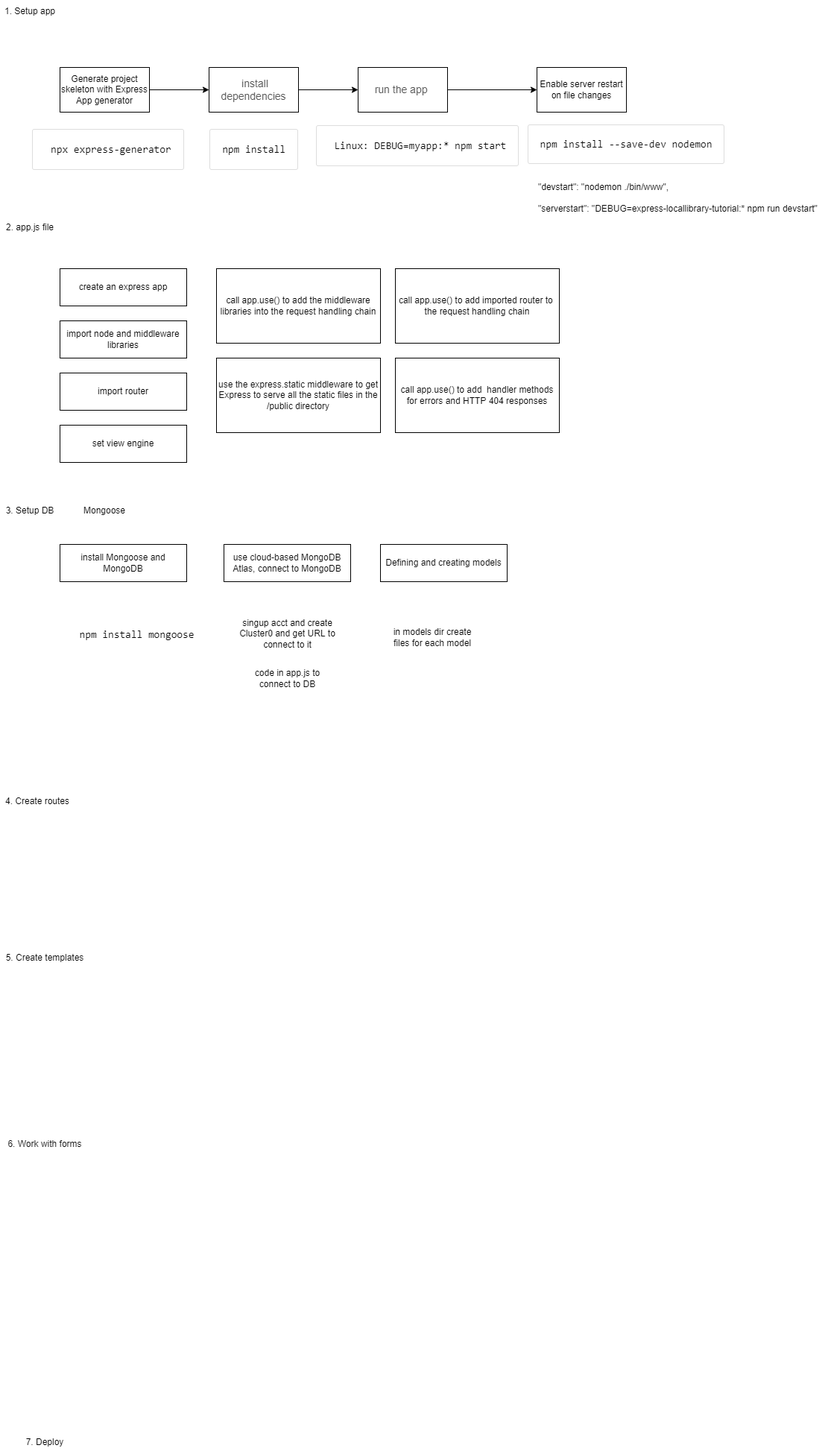
Earlier version of the draw.io export Setup.png (f2xiao/express_library). Source tidied: cells renumbered, new cells last; positions are measured from the earlier drawing's top-left corner, leaving out a move shared by most shapes.
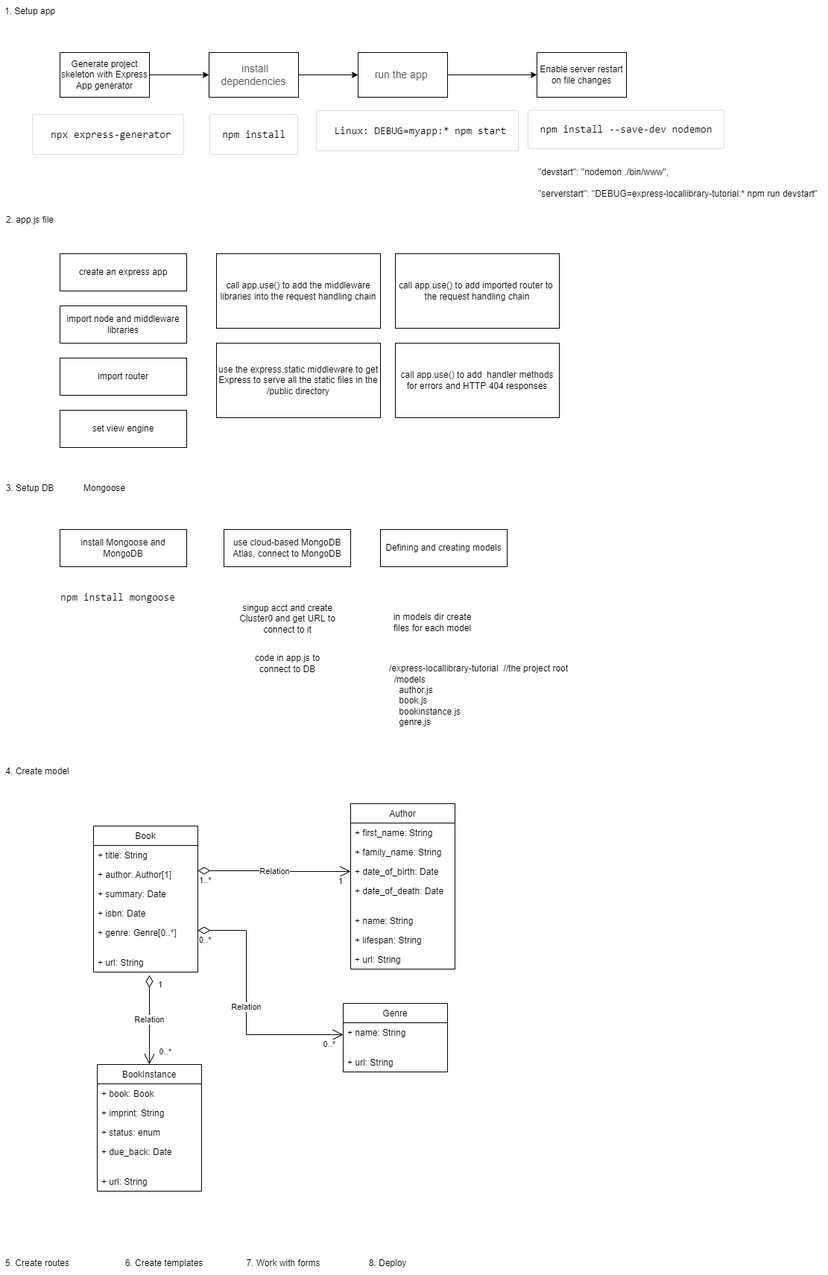
After the commit.

Diff of the diagram source:
```diff
@@ -30,7 +30,7 @@
       <mxGeometry x="440" y="180" width="240" height="30" as="geometry" />
     </mxCell>
     <mxCell id="11" value="1. Setup app" style="text;html=1;strokeColor=none;fillColor=none;align=center;verticalAlign=middle;whiteSpace=wrap;rounded=0;" parent="1" vertex="1">
-      <mxGeometry width="80" height="30" as="geometry" />
+      <mxGeometry y="20" width="80" height="30" as="geometry" />
     </mxCell>
     <mxCell id="12" value="Enable server restart on file changes" style="whiteSpace=wrap;html=1;rounded=0;" parent="1" vertex="1">
       <mxGeometry x="720" y="90" width="120" height="60" as="geometry" />
@@ -39,7 +39,7 @@
       <mxGeometry x="720" y="185" width="240" height="30" as="geometry" />
     </mxCell>
     <mxCell id="14" value="2. app.js file" style="text;html=1;strokeColor=none;fillColor=none;align=center;verticalAlign=middle;whiteSpace=wrap;rounded=0;" parent="1" vertex="1">
-      <mxGeometry y="290" width="80" height="30" as="geometry" />
+      <mxGeometry y="300" width="80" height="30" as="geometry" />
     </mxCell>
     <mxCell id="15" value="create an express app" style="rounded=0;whiteSpace=wrap;html=1;" parent="1" vertex="1">
       <mxGeometry x="80" y="360" width="170" height="50" as="geometry" />
@@ -63,19 +63,19 @@
       <mxGeometry x="530" y="360" width="220" height="100" as="geometry" />
     </mxCell>
     <mxCell id="22" value="3. Setup DB" style="text;html=1;strokeColor=none;fillColor=none;align=center;verticalAlign=middle;whiteSpace=wrap;rounded=0;" parent="1" vertex="1">
-      <mxGeometry y="670" width="80" height="30" as="geometry" />
+      <mxGeometry y="660" width="80" height="30" as="geometry" />
     </mxCell>
-    <mxCell id="23" value="4. Create routes" style="text;html=1;strokeColor=none;fillColor=none;align=center;verticalAlign=middle;whiteSpace=wrap;rounded=0;" parent="1" vertex="1">
-      <mxGeometry y="1060" width="100" height="30" as="geometry" />
+    <mxCell id="23" value="5. Create routes" style="text;html=1;strokeColor=none;fillColor=none;align=center;verticalAlign=middle;whiteSpace=wrap;rounded=0;" parent="1" vertex="1">
+      <mxGeometry y="1700" width="100" height="30" as="geometry" />
     </mxCell>
-    <mxCell id="24" value="5. Create templates" style="text;html=1;strokeColor=none;fillColor=none;align=center;verticalAlign=middle;whiteSpace=wrap;rounded=0;" parent="1" vertex="1">
-      <mxGeometry y="1270" width="120" height="30" as="geometry" />
+    <mxCell id="24" value="6. Create templates" style="text;html=1;strokeColor=none;fillColor=none;align=center;verticalAlign=middle;whiteSpace=wrap;rounded=0;" parent="1" vertex="1">
+      <mxGeometry x="160" y="1700" width="120" height="30" as="geometry" />
     </mxCell>
-    <mxCell id="25" value="6. Work with forms" style="text;html=1;strokeColor=none;fillColor=none;align=center;verticalAlign=middle;whiteSpace=wrap;rounded=0;" parent="1" vertex="1">
-      <mxGeometry y="1520" width="120" height="30" as="geometry" />
+    <mxCell id="25" value="7. Work with forms" style="text;html=1;strokeColor=none;fillColor=none;align=center;verticalAlign=middle;whiteSpace=wrap;rounded=0;" parent="1" vertex="1">
+      <mxGeometry x="320" y="1700" width="120" height="30" as="geometry" />
     </mxCell>
-    <mxCell id="26" value="7. Deploy" style="text;html=1;strokeColor=none;fillColor=none;align=center;verticalAlign=middle;whiteSpace=wrap;rounded=0;" parent="1" vertex="1">
-      <mxGeometry y="1920" width="120" height="30" as="geometry" />
+    <mxCell id="26" value="8. Deploy" style="text;html=1;strokeColor=none;fillColor=none;align=center;verticalAlign=middle;whiteSpace=wrap;rounded=0;" parent="1" vertex="1">
+      <mxGeometry x="480" y="1700" width="80" height="30" as="geometry" />
     </mxCell>
     <mxCell id="27" value=" &quot;devstart&quot;: &quot;nodemon ./bin/www&quot;,&lt;br/&gt;&lt;br&gt;    &quot;serverstart&quot;: &quot;DEBUG=express-locallibrary-tutorial:* npm run devstart&quot;" style="text;html=1;align=left;verticalAlign=middle;strokeColor=none;fillColor=none;fontSize=12;fontFamily=Helvetica;fontColor=default;" parent="1" vertex="1">
       <mxGeometry x="720" y="240" width="390" height="50" as="geometry" />
@@ -84,14 +84,11 @@
       <mxGeometry x="530" y="480" width="220" height="100" as="geometry" />
     </mxCell>
     <mxCell id="29" value="Mongoose" style="text;html=1;strokeColor=none;fillColor=none;align=center;verticalAlign=middle;whiteSpace=wrap;rounded=0;labelBackgroundColor=#FFFFFF;fontFamily=Helvetica;fontSize=12;fontColor=#000000;" parent="1" vertex="1">
-      <mxGeometry x="110" y="670" width="60" height="30" as="geometry" />
+      <mxGeometry x="110" y="660" width="60" height="30" as="geometry" />
     </mxCell>
     <mxCell id="30" value="install Mongoose and MongoDB" style="rounded=0;whiteSpace=wrap;html=1;" parent="1" vertex="1">
       <mxGeometry x="80" y="730" width="170" height="50" as="geometry" />
     </mxCell>
-    <mxCell id="31" value="&lt;pre class=&quot;brush: bash notranslate&quot; style=&quot;box-sizing: border-box ; overflow-wrap: break-word ; font-size: 14px ; padding: 1rem 2.5rem 1rem 1rem ; margin-top: 1rem ; margin-bottom: 2rem ; border: 1px solid transparent&quot;&gt;&lt;code style=&quot;box-sizing: border-box ; background: none ; padding: 0px&quot;&gt;&lt;span class=&quot;token function&quot; style=&quot;box-sizing: border-box&quot;&gt;npm&lt;/span&gt; &lt;span class=&quot;token function&quot; style=&quot;box-sizing: border-box&quot;&gt;install&lt;/span&gt; mongoose&lt;/code&gt;&lt;/pre&gt;" style="text;html=1;align=center;verticalAlign=middle;strokeColor=none;fillColor=none;fontSize=12;fontFamily=Helvetica;fontColor=#000000;" parent="1" vertex="1">
-      <mxGeometry x="80" y="810" width="230" height="100" as="geometry" />
-    </mxCell>
     <mxCell id="32" value="use cloud-based MongoDB Atlas, connect to MongoDB" style="rounded=0;whiteSpace=wrap;html=1;" parent="1" vertex="1">
       <mxGeometry x="300" y="730" width="170" height="50" as="geometry" />
     </mxCell>
@@ -107,5 +104,147 @@
     <mxCell id="36" value="in models dir create files for each model" style="text;html=1;strokeColor=none;fillColor=none;align=center;verticalAlign=middle;whiteSpace=wrap;rounded=0;labelBackgroundColor=#FFFFFF;fontFamily=Helvetica;fontSize=12;fontColor=#000000;" parent="1" vertex="1">
       <mxGeometry x="520" y="830" width="120" height="50" as="geometry" />
     </mxCell>
+    <mxCell id="37" value="&lt;div&gt;/express-locallibrary-tutorial&amp;nbsp; //the project root&lt;/div&gt;&lt;div&gt;&amp;nbsp; /models&lt;/div&gt;&lt;div&gt;&amp;nbsp; &amp;nbsp; author.js&lt;/div&gt;&lt;div&gt;&amp;nbsp; &amp;nbsp; book.js&lt;/div&gt;&lt;div&gt;&amp;nbsp; &amp;nbsp; bookinstance.js&lt;/div&gt;&lt;div&gt;&amp;nbsp; &amp;nbsp; genre.js&lt;/div&gt;&lt;div&gt;&lt;br&gt;&lt;/div&gt;" style="text;html=1;align=left;verticalAlign=middle;strokeColor=none;fillColor=none;" parent="1" vertex="1">
+      <mxGeometry x="520" y="910" width="260" height="100" as="geometry" />
+    </mxCell>
+    <mxCell id="38" value="4. Create model" style="text;html=1;strokeColor=none;fillColor=none;align=center;verticalAlign=middle;whiteSpace=wrap;rounded=0;" parent="1" vertex="1">
+      <mxGeometry y="1040" width="100" height="30" as="geometry" />
+    </mxCell>
+    <mxCell id="39" value="Book" style="swimlane;fontStyle=0;horizontal=1;startSize=26;fillColor=none;" parent="1" vertex="1">
+      <mxGeometry x="125" y="1128" width="140" height="196" as="geometry" />
+    </mxCell>
+    <mxCell id="40" value="+ title: String" style="text;strokeColor=none;fillColor=none;align=left;verticalAlign=top;spacingLeft=4;spacingRight=4;overflow=hidden;" parent="39" vertex="1">
+      <mxGeometry y="26" width="140" height="26" as="geometry" />
+    </mxCell>
+    <mxCell id="41" value="+ author: Author[1]" style="text;strokeColor=none;fillColor=none;align=left;verticalAlign=top;spacingLeft=4;spacingRight=4;overflow=hidden;" parent="39" vertex="1">
+      <mxGeometry y="52" width="140" height="26" as="geometry" />
+    </mxCell>
+    <mxCell id="42" value="+ summary: Date" style="text;strokeColor=none;fillColor=none;align=left;verticalAlign=top;spacingLeft=4;spacingRight=4;overflow=hidden;" parent="39" vertex="1">
+      <mxGeometry y="78" width="140" height="26" as="geometry" />
+    </mxCell>
+    <mxCell id="43" value="+ isbn: Date" style="text;strokeColor=none;fillColor=none;align=left;verticalAlign=top;spacingLeft=4;spacingRight=4;overflow=hidden;" parent="39" vertex="1">
+      <mxGeometry y="104" width="140" height="26" as="geometry" />
+    </mxCell>
+    <mxCell id="44" value="+ genre: Genre[0..*]" style="text;strokeColor=none;fillColor=none;align=left;verticalAlign=top;spacingLeft=4;spacingRight=4;overflow=hidden;" parent="39" vertex="1">
+      <mxGeometry y="130" width="140" height="26" as="geometry" />
+    </mxCell>
+    <mxCell id="45" style="text;strokeColor=none;fillColor=none;align=left;verticalAlign=middle;spacingTop=-1;spacingLeft=4;spacingRight=4;labelPosition=right;" parent="39" vertex="1">
+      <mxGeometry y="156" width="140" height="14" as="geometry" />
+    </mxCell>
+    <mxCell id="46" value="+ url: String" style="text;strokeColor=none;fillColor=none;align=left;verticalAlign=top;spacingLeft=4;spacingRight=4;overflow=hidden;" parent="39" vertex="1">
+      <mxGeometry y="170" width="140" height="26" as="geometry" />
+    </mxCell>
+    <mxCell id="47" value="Author" style="swimlane;fontStyle=0;horizontal=1;startSize=26;fillColor=none;" parent="1" vertex="1">
+      <mxGeometry x="470" y="1098" width="140" height="222" as="geometry" />
+    </mxCell>
+    <mxCell id="48" value="+ first_name: String" style="text;strokeColor=none;fillColor=none;align=left;verticalAlign=top;spacingLeft=4;spacingRight=4;overflow=hidden;" parent="47" vertex="1">
+      <mxGeometry y="26" width="140" height="26" as="geometry" />
+    </mxCell>
+    <mxCell id="49" value="+ family_name: String" style="text;strokeColor=none;fillColor=none;align=left;verticalAlign=top;spacingLeft=4;spacingRight=4;overflow=hidden;" parent="47" vertex="1">
+      <mxGeometry y="52" width="140" height="26" as="geometry" />
+    </mxCell>
+    <mxCell id="50" value="+ date_of_birth: Date" style="text;strokeColor=none;fillColor=none;align=left;verticalAlign=top;spacingLeft=4;spacingRight=4;overflow=hidden;points=[[0,0.5],[1,0.5]];portConstraint=eastwest;" parent="47" vertex="1">
+      <mxGeometry y="78" width="140" height="26" as="geometry" />
+    </mxCell>
+    <mxCell id="51" value="+ date_of_death: Date" style="text;strokeColor=none;fillColor=none;align=left;verticalAlign=top;spacingLeft=4;spacingRight=4;overflow=hidden;" parent="47" vertex="1">
+      <mxGeometry y="104" width="140" height="26" as="geometry" />
+    </mxCell>
+    <mxCell id="52" style="text;strokeColor=none;fillColor=none;align=left;verticalAlign=middle;spacingTop=-1;spacingLeft=4;spacingRight=4;labelPosition=right;" parent="47" vertex="1">
+      <mxGeometry y="130" width="140" height="14" as="geometry" />
+    </mxCell>
+    <mxCell id="53" value="+ name: String" style="text;strokeColor=none;fillColor=none;align=left;verticalAlign=top;spacingLeft=4;spacingRight=4;overflow=hidden;" parent="47" vertex="1">
+      <mxGeometry y="144" width="140" height="26" as="geometry" />
+    </mxCell>
+    <mxCell id="54" value="+ lifespan: String" style="text;strokeColor=none;fillColor=none;align=left;verticalAlign=top;spacingLeft=4;spacingRight=4;overflow=hidden;" parent="47" vertex="1">
+      <mxGeometry y="170" width="140" height="26" as="geometry" />
+    </mxCell>
+    <mxCell id="55" value="+ url: String" style="text;strokeColor=none;fillColor=none;align=left;verticalAlign=top;spacingLeft=4;spacingRight=4;overflow=hidden;" parent="47" vertex="1">
+      <mxGeometry y="196" width="140" height="26" as="geometry" />
+    </mxCell>
+    <mxCell id="56" value="Relation" style="endArrow=open;html=1;endSize=12;startArrow=diamondThin;startSize=14;startFill=0;edgeStyle=orthogonalEdgeStyle;rounded=0;entryX=0;entryY=0.5;entryDx=0;entryDy=0;" parent="1" edge="1" target="50">
+      <mxGeometry relative="1" as="geometry">
+        <mxPoint x="265" y="1188" as="sourcePoint" />
+      </mxGeometry>
+    </mxCell>
+    <mxCell id="57" value="1..*" style="edgeLabel;html=1;align=left;verticalAlign=top;" parent="56" vertex="1">
+      <mxGeometry x="-1" relative="1" as="geometry" />
+    </mxCell>
+    <mxCell id="58" value="1" style="edgeLabel;html=1;align=right;verticalAlign=top;" parent="56" vertex="1">
+      <mxGeometry x="1" relative="1" as="geometry">
+        <mxPoint x="-10" as="offset" />
+      </mxGeometry>
+    </mxCell>
+    <mxCell id="59" value="Genre" style="swimlane;fontStyle=0;horizontal=1;startSize=26;fillColor=none;" parent="1" vertex="1">
+      <mxGeometry x="460" y="1366" width="140" height="92" as="geometry" />
+    </mxCell>
+    <mxCell id="60" value="+ name: String" style="text;strokeColor=none;fillColor=none;align=left;verticalAlign=top;spacingLeft=4;spacingRight=4;overflow=hidden;" parent="59" vertex="1">
+      <mxGeometry y="26" width="140" height="26" as="geometry" />
+    </mxCell>
+    <mxCell id="61" style="text;strokeColor=none;fillColor=none;align=left;verticalAlign=middle;spacingTop=-1;spacingLeft=4;spacingRight=4;labelPosition=right;" parent="59" vertex="1">
+      <mxGeometry y="52" width="140" height="14" as="geometry" />
+    </mxCell>
+    <mxCell id="62" value="+ url: String" style="text;strokeColor=none;fillColor=none;align=left;verticalAlign=top;spacingLeft=4;spacingRight=4;overflow=hidden;" parent="59" vertex="1">
+      <mxGeometry y="66" width="140" height="26" as="geometry" />
+    </mxCell>
+    <mxCell id="63" value="Relation" style="endArrow=open;html=1;endSize=12;startArrow=diamondThin;startSize=14;startFill=0;edgeStyle=orthogonalEdgeStyle;rounded=0;" parent="1" edge="1">
+      <mxGeometry relative="1" as="geometry">
+        <mxPoint x="265" y="1268" as="sourcePoint" />
+        <mxPoint x="460" y="1408" as="targetPoint" />
+        <Array as="points">
+          <mxPoint x="330" y="1268" />
+          <mxPoint x="330" y="1408" />
+        </Array>
+      </mxGeometry>
+    </mxCell>
+    <mxCell id="64" value="0..*" style="edgeLabel;html=1;align=left;verticalAlign=top;" parent="63" vertex="1">
+      <mxGeometry x="-1" relative="1" as="geometry" />
+    </mxCell>
+    <mxCell id="65" value="0..*" style="edgeLabel;html=1;align=right;verticalAlign=top;" parent="63" vertex="1">
+      <mxGeometry x="1" relative="1" as="geometry">
+        <mxPoint x="-10" as="offset" />
+      </mxGeometry>
+    </mxCell>
+    <mxCell id="66" value="BookInstance" style="swimlane;fontStyle=0;horizontal=1;startSize=26;fillColor=none;" parent="1" vertex="1">
+      <mxGeometry x="130" y="1448" width="140" height="170" as="geometry" />
+    </mxCell>
+    <mxCell id="67" value="+ book: Book" style="text;strokeColor=none;fillColor=none;align=left;verticalAlign=top;spacingLeft=4;spacingRight=4;overflow=hidden;" parent="66" vertex="1">
+      <mxGeometry y="26" width="140" height="26" as="geometry" />
+    </mxCell>
+    <mxCell id="68" value="+ imprint: String" style="text;strokeColor=none;fillColor=none;align=left;verticalAlign=top;spacingLeft=4;spacingRight=4;overflow=hidden;" parent="66" vertex="1">
+      <mxGeometry y="52" width="140" height="26" as="geometry" />
+    </mxCell>
+    <mxCell id="69" value="+ status: enum" style="text;strokeColor=none;fillColor=none;align=left;verticalAlign=top;spacingLeft=4;spacingRight=4;overflow=hidden;" parent="66" vertex="1">
+      <mxGeometry y="78" width="140" height="26" as="geometry" />
+    </mxCell>
+    <mxCell id="70" value="+ due_back: Date" style="text;strokeColor=none;fillColor=none;align=left;verticalAlign=top;spacingLeft=4;spacingRight=4;overflow=hidden;" parent="66" vertex="1">
+      <mxGeometry y="104" width="140" height="26" as="geometry" />
+    </mxCell>
+    <mxCell id="71" style="text;strokeColor=none;fillColor=none;align=left;verticalAlign=middle;spacingTop=-1;spacingLeft=4;spacingRight=4;labelPosition=right;" parent="66" vertex="1">
+      <mxGeometry y="130" width="140" height="14" as="geometry" />
+    </mxCell>
+    <mxCell id="72" value="+ url: String" style="text;strokeColor=none;fillColor=none;align=left;verticalAlign=top;spacingLeft=4;spacingRight=4;overflow=hidden;" parent="66" vertex="1">
+      <mxGeometry y="144" width="140" height="26" as="geometry" />
+    </mxCell>
+    <mxCell id="73" value="Relation" style="endArrow=open;html=1;endSize=12;startArrow=diamondThin;startSize=14;startFill=0;edgeStyle=orthogonalEdgeStyle;rounded=0;entryX=0.5;entryY=0;entryDx=0;entryDy=0;" parent="1" edge="1" target="66">
+      <mxGeometry relative="1" as="geometry">
+        <mxPoint x="200" y="1328" as="sourcePoint" />
+        <Array as="points">
+          <mxPoint x="200" y="1428" />
+        </Array>
+      </mxGeometry>
+    </mxCell>
+    <mxCell id="74" value="1" style="edgeLabel;html=1;align=left;verticalAlign=top;" parent="73" vertex="1">
+      <mxGeometry x="-1" relative="1" as="geometry">
+        <mxPoint x="10" as="offset" />
+      </mxGeometry>
+    </mxCell>
+    <mxCell id="75" value="0..*" style="edgeLabel;html=1;align=right;verticalAlign=top;" parent="73" vertex="1">
+      <mxGeometry x="1" relative="1" as="geometry">
+        <mxPoint x="30" y="-30" as="offset" />
+      </mxGeometry>
+    </mxCell>
+    <mxCell id="31" value="&lt;pre class=&quot;brush: bash notranslate&quot; style=&quot;box-sizing: border-box ; overflow-wrap: break-word ; font-size: 14px ; padding: 1rem 2.5rem 1rem 1rem ; margin-top: 1rem ; margin-bottom: 2rem ; border: 1px solid transparent&quot;&gt;&lt;code style=&quot;box-sizing: border-box ; background: none ; padding: 0px&quot;&gt;&lt;span class=&quot;token function&quot; style=&quot;box-sizing: border-box&quot;&gt;npm&lt;/span&gt; &lt;span class=&quot;token function&quot; style=&quot;box-sizing: border-box&quot;&gt;install&lt;/span&gt; mongoose&lt;/code&gt;&lt;/pre&gt;" style="text;html=1;strokeColor=none;fillColor=none;align=center;verticalAlign=middle;whiteSpace=wrap;rounded=0;" parent="1" vertex="1">
+      <mxGeometry x="80" y="810" width="180" height="40" as="geometry" />
+    </mxCell>
   </root>
 </mxGraphModel>
```
